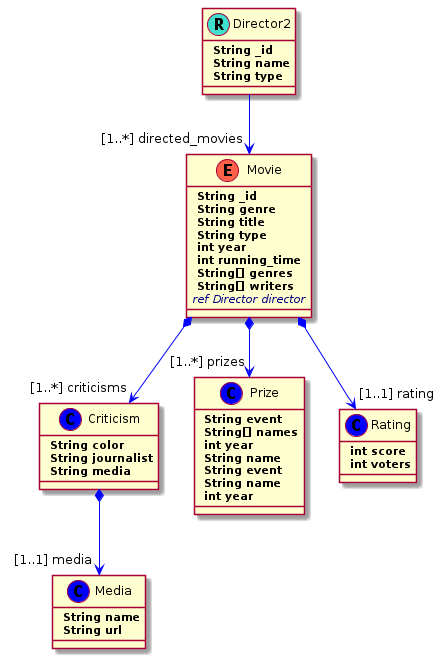
Before: es.um.nosql.schemainference.plantuml2figure/tests/moviefiles/directorRootV2.png, a diagram exported from PlantUML (catedrasaes-umu/NoSQLDataEngineering). Its diagram source:
```plantuml
@startuml
skinparam backgroundColor transparent
skinparam class {
  BackgroundColor Blue \n
  ArrowColor Blue
  BorderColor Red \n
  FontSize 18 \n
  FontName Arial \n
}

skinparam stereotypeCBackgroundColor Blue
skinparam stereotypeCBorderColor SpringGreen

Class Director2<<(R,Turquoise)>>{
	<b> String _id
	<b> String name
	<b> String type
}

Director2 --> "[1..*] directed_movies" Movie

Class Movie<<(E,Tomato)>>{
	<b> String _id
	<b> String genre
	<b> String title
	<b> String type
	<b> int year
	<b> int running_time
	<b> String[] genres
	<b> String[] writers
	<i><color:Navy>ref Director director</color>
}

Movie *--> "[1..*] criticisms" Criticism

Movie *--> "[1..*] prizes" Prize

Movie *--> "[1..1] rating" Rating


Class Criticism {
	<b> String color
	<b> String journalist
	<b> String media
}

Criticism *--> "[1..1] media" Media


Class Media {
	<b> String name
	<b> String url
}


Class Prize {
	<b> String event
	<b> String[] names
	<b> int year
	<b> String name
}


Class Prize {
	<b> String event
	<b> String name
	<b> int year
}


Class Rating {
	<b> int score
	<b> int voters
}
@enduml
```
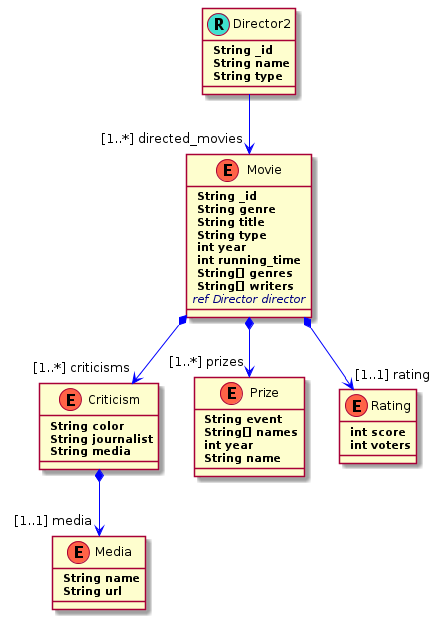
The same diagram one commit later.

Change to the diagram source:
```diff
@@ -38,7 +38,7 @@
 Movie *--> "[1..1] rating" Rating
 
 
-Class Criticism {
+Class Criticism<<(E,Tomato)>>{
 	<b> String color
 	<b> String journalist
 	<b> String media
@@ -47,28 +47,20 @@
 Criticism *--> "[1..1] media" Media
 
 
-Class Media {
+Class Media<<(E,Tomato)>>{
 	<b> String name
 	<b> String url
 }
 
 
-Class Prize {
+Class Prize<<(E,Tomato)>>{
 	<b> String event
 	<b> String[] names
 	<b> int year
 	<b> String name
 }
 
-
-Class Prize {
-	<b> String event
-	<b> String name
-	<b> int year
-}
-
-
-Class Rating {
+Class Rating<<(E,Tomato)>>{
 	<b> int score
 	<b> int voters
 }
```
